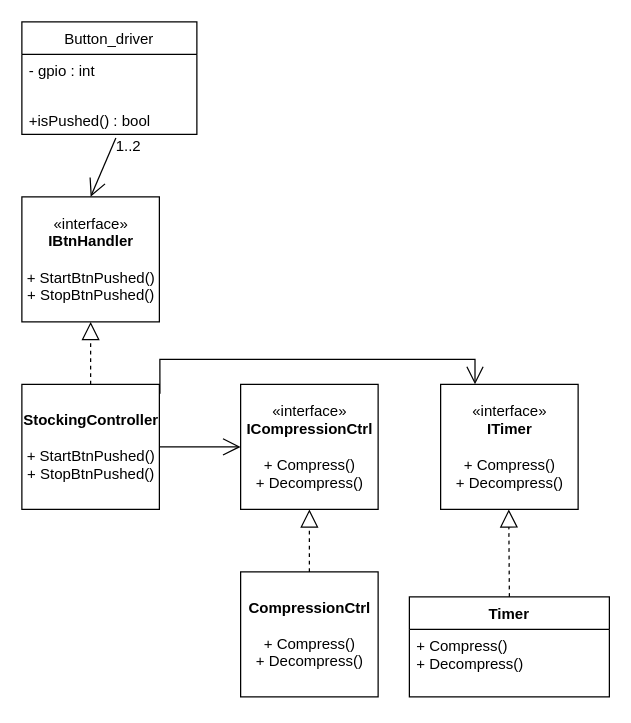
The draw.io diagram case1/Compression_Exercise_1A.drawio in emanuel985/SW-Design, before the edit. Source tidied: cells renumbered, new cells numbered last; positions are measured from the earlier drawing's top-left corner, leaving out a move shared by most shapes. Both pictures are drawn from the tidied source at 125%, with x=0, y=0 at pixel (21, 21).
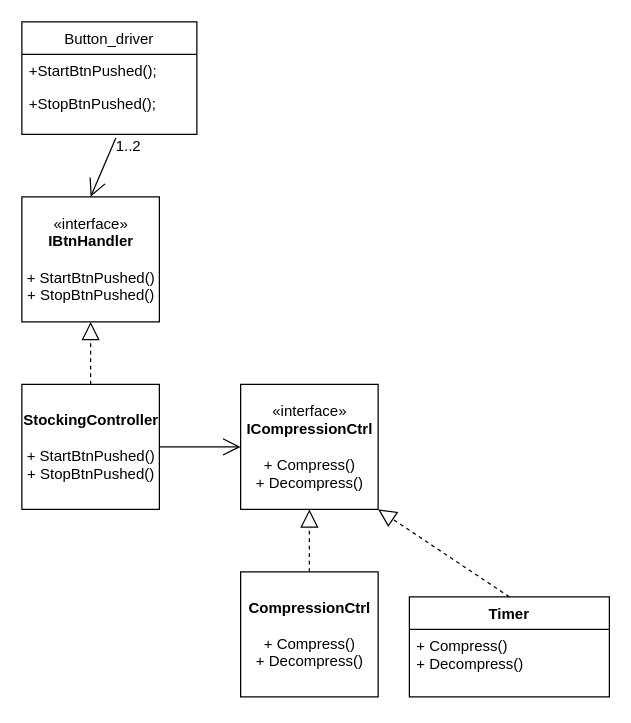
Above is the later version.

The change refers to these unchanged cells:
```xml
<mxCell id="3" value="&lt;b&gt;StockingController&lt;/b&gt;&lt;br&gt;&lt;br&gt;+ StartBtnPushed()&lt;br&gt;+ StopBtnPushed()" style="html=1;" parent="1" vertex="1">
  <mxGeometry y="290" width="110" height="100" as="geometry" />
</mxCell>
<mxCell id="4" value="«interface»&lt;br&gt;&lt;b&gt;ICompressionCtrl&lt;/b&gt;&lt;br&gt;&lt;br&gt;+ Compress()&lt;br&gt;+ Decompress()" style="html=1;" parent="1" vertex="1">
  <mxGeometry x="175" y="290" width="110" height="100" as="geometry" />
</mxCell>
<mxCell id="9" value="Timer&#10;" style="swimlane;fontStyle=1;align=center;verticalAlign=top;horizontal=1;startSize=26;" parent="1" vertex="1">
  <mxGeometry x="310" y="460" width="160" height="80" as="geometry" />
</mxCell>
<mxCell id="12" value="Button_driver" style="swimlane;fontStyle=0;horizontal=1;startSize=26;fillColor=none;" parent="1" vertex="1">
  <mxGeometry width="140" height="90" as="geometry" />
</mxCell>
```

Change to the diagram source:
```diff
@@
-    <mxCell id="13" value="- gpio : int" style="text;strokeColor=none;fillColor=none;align=left;verticalAlign=top;spacingLeft=4;spacingRight=4;overflow=hidden;" parent="12" vertex="1">
+    <mxCell id="13" value="+StartBtnPushed();" style="text;strokeColor=none;fillColor=none;align=left;verticalAlign=top;spacingLeft=4;spacingRight=4;overflow=hidden;" parent="12" vertex="1">
       <mxGeometry y="26" width="140" height="26" as="geometry" />
     </mxCell>
-    <mxCell id="14" value="&#10;+isPushed() : bool" style="text;strokeColor=none;fillColor=none;align=left;verticalAlign=top;spacingLeft=4;spacingRight=4;overflow=hidden;points=[[0,0.5],[1,0.5]];portConstraint=eastwest;" parent="12" vertex="1">
+    <mxCell id="14" value="+StopBtnPushed();" style="text;strokeColor=none;fillColor=none;align=left;verticalAlign=top;spacingLeft=4;spacingRight=4;overflow=hidden;points=[[0,0.5],[1,0.5]];portConstraint=eastwest;" parent="12" vertex="1">
       <mxGeometry y="52" width="140" height="38" as="geometry" />
     </mxCell>
-    <mxCell id="15" value="«interface»&lt;br&gt;&lt;b&gt;ITimer&lt;/b&gt;&lt;br&gt;&lt;br&gt;+ Compress()&lt;br&gt;+ Decompress()" style="html=1;" parent="1" vertex="1">
-      <mxGeometry x="335" y="290" width="110" height="100" as="geometry" />
-    </mxCell>
-    <mxCell id="16" style="endArrow=open;endFill=1;endSize=12;html=1;rounded=0;entryX=0.25;entryY=0;entryDx=0;entryDy=0;exitX=1.004;exitY=0.076;exitDx=0;exitDy=0;exitPerimeter=0;edgeStyle=orthogonalEdgeStyle;" parent="1" edge="1" source="3" target="15">
-      <mxGeometry relative="1" as="geometry">
-        <Array as="points">
-          <mxPoint x="110" y="270" />
-          <mxPoint x="363" y="270" />
-        </Array>
-      </mxGeometry>
-    </mxCell>
-    <mxCell id="17" style="endArrow=block;dashed=1;endFill=0;endSize=12;html=1;rounded=0;entryX=0.5;entryY=1;entryDx=0;entryDy=0;exitX=0.5;exitY=0;exitDx=0;exitDy=0;" parent="1" edge="1" source="9">
-      <mxGeometry relative="1" as="geometry">
-        <mxPoint x="389.5" y="390" as="targetPoint" />
-      </mxGeometry>
+    <mxCell id="17" style="endArrow=block;dashed=1;endFill=0;endSize=12;html=1;rounded=0;entryX=1;entryY=1;entryDx=0;entryDy=0;exitX=0.5;exitY=0;exitDx=0;exitDy=0;" parent="1" edge="1" source="9" target="4">
+      <mxGeometry relative="1" as="geometry" />
     </mxCell>
```
